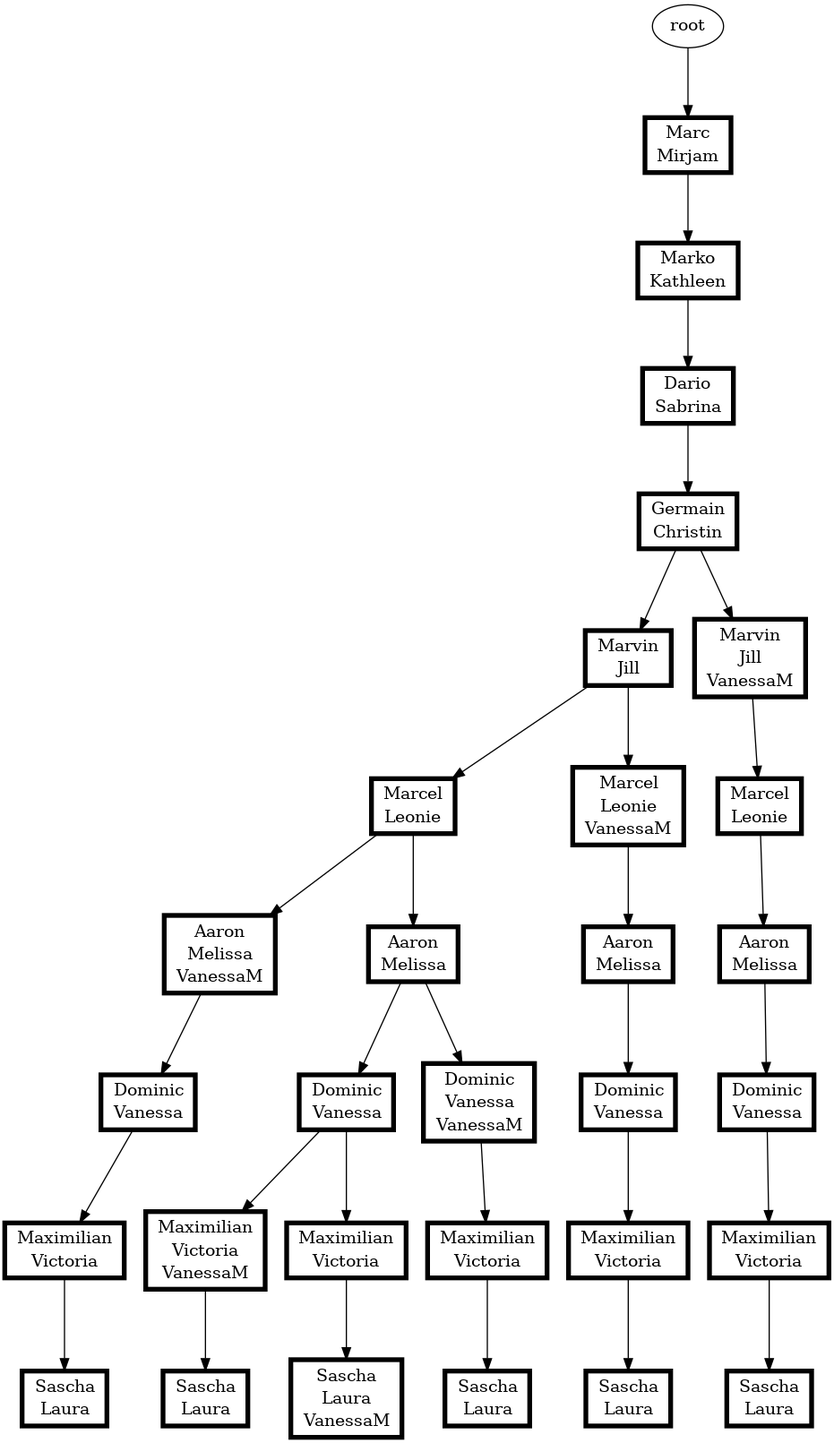
This is s02/s02.png from atticus-sullivan/sim-ayto, a Graphviz export, as it was before one commit. Its source is kept beside it as s02/s02.dot.
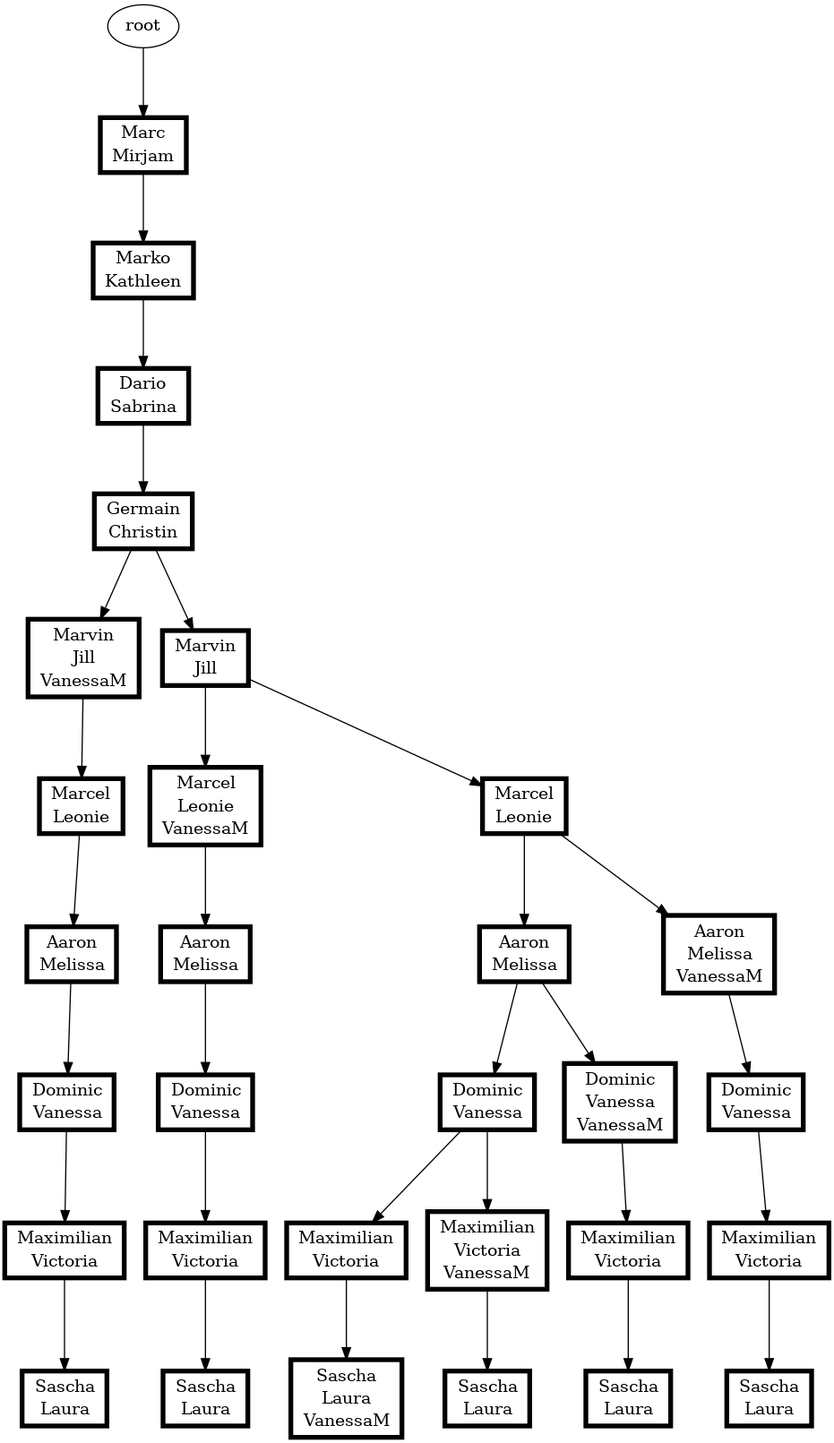
The same file after the commit.

Diff of the diagram source:
```diff
@@ -1,63 +1,63 @@
 digraph D {
 ranksep=0.8;
+{"root|5|7|7|3|2|8|4|1|8|2|6|5|1|6|3|9"[shape="record" penwidth=4.0 color="black" label=<<table border="0" cellborder="0" cellspacing="0"><tr><td>Dominic</td></tr><tr><td>Vanessa</td></tr></table>>]}
+"root|5|7|7|3|2|8|4|1|8|2|6|5|1|6" -> {"root|5|7|7|3|2|8|4|1|8|2|6|5|1|6|3|9"}
+{"root|5|7|7|3|2|8|4|1|8|2,11|6|5|1|6|3|9|9|10|10|4"[shape="record" penwidth=4.0 color="black" label=<<table border="0" cellborder="0" cellspacing="0"><tr><td>Sascha</td></tr><tr><td>Laura</td></tr></table>>]}
+"root|5|7|7|3|2|8|4|1|8|2,11|6|5|1|6|3|9|9|10" -> {"root|5|7|7|3|2|8|4|1|8|2,11|6|5|1|6|3|9|9|10|10|4"}
+{"root|5|7|7|3|2|8|4|1|8|2|6|5|1|6|3|9|9|10|10|4,11"[shape="record" penwidth=4.0 color="black" label=<<table border="0" cellborder="0" cellspacing="0"><tr><td>Sascha</td></tr><tr><td>Laura</td></tr><tr><td>VanessaM</td></tr></table>>]}
+"root|5|7|7|3|2|8|4|1|8|2|6|5|1|6|3|9|9|10" -> {"root|5|7|7|3|2|8|4|1|8|2|6|5|1|6|3|9|9|10|10|4,11"}
+{"root|5|7|7|3|2|8|4|1|8|2|6|5|1|6|3|9|9|10"[shape="record" penwidth=4.0 color="black" label=<<table border="0" cellborder="0" cellspacing="0"><tr><td>Maximilian</td></tr><tr><td>Victoria</td></tr></table>>]}
+"root|5|7|7|3|2|8|4|1|8|2|6|5|1|6|3|9" -> {"root|5|7|7|3|2|8|4|1|8|2|6|5|1|6|3|9|9|10"}
+{"root|5|7|7|3|2|8|4|1|8|2|6|5|1|6,11|3|9"[shape="record" penwidth=4.0 color="black" label=<<table border="0" cellborder="0" cellspacing="0"><tr><td>Dominic</td></tr><tr><td>Vanessa</td></tr></table>>]}
+"root|5|7|7|3|2|8|4|1|8|2|6|5|1|6,11" -> {"root|5|7|7|3|2|8|4|1|8|2|6|5|1|6,11|3|9"}
+{"root|5|7|7|3|2|8|4|1|8|2,11"[shape="record" penwidth=4.0 color="black" label=<<table border="0" cellborder="0" cellspacing="0"><tr><td>Marvin</td></tr><tr><td>Jill</td></tr><tr><td>VanessaM</td></tr></table>>]}
+"root|5|7|7|3|2|8|4|1" -> {"root|5|7|7|3|2|8|4|1|8|2,11"}
+{"root|5|7|7|3|2|8|4|1"[shape="record" penwidth=4.0 color="black" label=<<table border="0" cellborder="0" cellspacing="0"><tr><td>Germain</td></tr><tr><td>Christin</td></tr></table>>]}
+"root|5|7|7|3|2|8" -> {"root|5|7|7|3|2|8|4|1"}
 {"root|5|7|7|3|2|8|4|1|8|2,11|6|5|1|6|3|9|9|10"[shape="record" penwidth=4.0 color="black" label=<<table border="0" cellborder="0" cellspacing="0"><tr><td>Maximilian</td></tr><tr><td>Victoria</td></tr></table>>]}
 "root|5|7|7|3|2|8|4|1|8|2,11|6|5|1|6|3|9" -> {"root|5|7|7|3|2|8|4|1|8|2,11|6|5|1|6|3|9|9|10"}
+{"root|5|7|7|3|2|8|4|1|8|2,11|6|5|1|6|3|9"[shape="record" penwidth=4.0 color="black" label=<<table border="0" cellborder="0" cellspacing="0"><tr><td>Dominic</td></tr><tr><td>Vanessa</td></tr></table>>]}
+"root|5|7|7|3|2|8|4|1|8|2,11|6|5|1|6" -> {"root|5|7|7|3|2|8|4|1|8|2,11|6|5|1|6|3|9"}
+{"root|5|7|7|3|2|8|4|1|8|2|6|5,11|1|6|3|9|9|10|10|4"[shape="record" penwidth=4.0 color="black" label=<<table border="0" cellborder="0" cellspacing="0"><tr><td>Sascha</td></tr><tr><td>Laura</td></tr></table>>]}
+"root|5|7|7|3|2|8|4|1|8|2|6|5,11|1|6|3|9|9|10" -> {"root|5|7|7|3|2|8|4|1|8|2|6|5,11|1|6|3|9|9|10|10|4"}
+{"root|5|7|7|3|2|8|4|1|8|2|6|5,11"[shape="record" penwidth=4.0 color="black" label=<<table border="0" cellborder="0" cellspacing="0"><tr><td>Marcel</td></tr><tr><td>Leonie</td></tr><tr><td>VanessaM</td></tr></table>>]}
+"root|5|7|7|3|2|8|4|1|8|2" -> {"root|5|7|7|3|2|8|4|1|8|2|6|5,11"}
+{"root|5|7|7|3|2|8|4|1|8|2|6|5,11|1|6|3|9"[shape="record" penwidth=4.0 color="black" label=<<table border="0" cellborder="0" cellspacing="0"><tr><td>Dominic</td></tr><tr><td>Vanessa</td></tr></table>>]}
+"root|5|7|7|3|2|8|4|1|8|2|6|5,11|1|6" -> {"root|5|7|7|3|2|8|4|1|8|2|6|5,11|1|6|3|9"}
+{"root|5|7|7|3|2|8|4|1|8|2|6|5|1|6|3|9,11|9|10"[shape="record" penwidth=4.0 color="black" label=<<table border="0" cellborder="0" cellspacing="0"><tr><td>Maximilian</td></tr><tr><td>Victoria</td></tr></table>>]}
+"root|5|7|7|3|2|8|4|1|8|2|6|5|1|6|3|9,11" -> {"root|5|7|7|3|2|8|4|1|8|2|6|5|1|6|3|9,11|9|10"}
+{"root|5|7|7|3|2|8|4|1|8|2|6|5|1|6"[shape="record" penwidth=4.0 color="black" label=<<table border="0" cellborder="0" cellspacing="0"><tr><td>Aaron</td></tr><tr><td>Melissa</td></tr></table>>]}
+"root|5|7|7|3|2|8|4|1|8|2|6|5" -> {"root|5|7|7|3|2|8|4|1|8|2|6|5|1|6"}
+{"root|5|7|7|3|2|8|4|1|8|2,11|6|5|1|6"[shape="record" penwidth=4.0 color="black" label=<<table border="0" cellborder="0" cellspacing="0"><tr><td>Aaron</td></tr><tr><td>Melissa</td></tr></table>>]}
+"root|5|7|7|3|2|8|4|1|8|2,11|6|5" -> {"root|5|7|7|3|2|8|4|1|8|2,11|6|5|1|6"}
+{"root|5|7|7|3|2|8|4|1|8|2|6|5,11|1|6"[shape="record" penwidth=4.0 color="black" label=<<table border="0" cellborder="0" cellspacing="0"><tr><td>Aaron</td></tr><tr><td>Melissa</td></tr></table>>]}
+"root|5|7|7|3|2|8|4|1|8|2|6|5,11" -> {"root|5|7|7|3|2|8|4|1|8|2|6|5,11|1|6"}
+{"root|5|7|7|3|2|8|4|1|8|2,11|6|5"[shape="record" penwidth=4.0 color="black" label=<<table border="0" cellborder="0" cellspacing="0"><tr><td>Marcel</td></tr><tr><td>Leonie</td></tr></table>>]}
+"root|5|7|7|3|2|8|4|1|8|2,11" -> {"root|5|7|7|3|2|8|4|1|8|2,11|6|5"}
+{"root|5|7|7|3|2|8|4|1|8|2"[shape="record" penwidth=4.0 color="black" label=<<table border="0" cellborder="0" cellspacing="0"><tr><td>Marvin</td></tr><tr><td>Jill</td></tr></table>>]}
+"root|5|7|7|3|2|8|4|1" -> {"root|5|7|7|3|2|8|4|1|8|2"}
 {"root|5|7|7|3|2|8|4|1|8|2|6|5|1|6|3|9|9|10,11|10|4"[shape="record" penwidth=4.0 color="black" label=<<table border="0" cellborder="0" cellspacing="0"><tr><td>Sascha</td></tr><tr><td>Laura</td></tr></table>>]}
 "root|5|7|7|3|2|8|4|1|8|2|6|5|1|6|3|9|9|10,11" -> {"root|5|7|7|3|2|8|4|1|8|2|6|5|1|6|3|9|9|10,11|10|4"}
+{"root|5|7|7|3|2|8|4|1|8|2|6|5,11|1|6|3|9|9|10"[shape="record" penwidth=4.0 color="black" label=<<table border="0" cellborder="0" cellspacing="0"><tr><td>Maximilian</td></tr><tr><td>Victoria</td></tr></table>>]}
+"root|5|7|7|3|2|8|4|1|8|2|6|5,11|1|6|3|9" -> {"root|5|7|7|3|2|8|4|1|8|2|6|5,11|1|6|3|9|9|10"}
+{"root|5|7|7|3|2|8|4|1|8|2|6|5|1|6,11|3|9|9|10"[shape="record" penwidth=4.0 color="black" label=<<table border="0" cellborder="0" cellspacing="0"><tr><td>Maximilian</td></tr><tr><td>Victoria</td></tr></table>>]}
+"root|5|7|7|3|2|8|4|1|8|2|6|5|1|6,11|3|9" -> {"root|5|7|7|3|2|8|4|1|8|2|6|5|1|6,11|3|9|9|10"}
+{"root|5|7|7|3|2|8"[shape="record" penwidth=4.0 color="black" label=<<table border="0" cellborder="0" cellspacing="0"><tr><td>Dario</td></tr><tr><td>Sabrina</td></tr></table>>]}
+"root|5|7|7|3" -> {"root|5|7|7|3|2|8"}
 {"root|5|7|7|3|2|8|4|1|8|2|6|5"[shape="record" penwidth=4.0 color="black" label=<<table border="0" cellborder="0" cellspacing="0"><tr><td>Marcel</td></tr><tr><td>Leonie</td></tr></table>>]}
 "root|5|7|7|3|2|8|4|1|8|2" -> {"root|5|7|7|3|2|8|4|1|8|2|6|5"}
-{"root|5|7|7|3|2|8|4|1|8|2|6|5|1|6|3|9|9|10|10|4,11"[shape="record" penwidth=4.0 color="black" label=<<table border="0" cellborder="0" cellspacing="0"><tr><td>Sascha</td></tr><tr><td>Laura</td></tr><tr><td>VanessaM</td></tr></table>>]}
-"root|5|7|7|3|2|8|4|1|8|2|6|5|1|6|3|9|9|10" -> {"root|5|7|7|3|2|8|4|1|8|2|6|5|1|6|3|9|9|10|10|4,11"}
-{"root|5|7|7|3|2|8|4|1|8|2|6|5|1|6|3|9|9|10,11"[shape="record" penwidth=4.0 color="black" label=<<table border="0" cellborder="0" cellspacing="0"><tr><td>Maximilian</td></tr><tr><td>Victoria</td></tr><tr><td>VanessaM</td></tr></table>>]}
-"root|5|7|7|3|2|8|4|1|8|2|6|5|1|6|3|9" -> {"root|5|7|7|3|2|8|4|1|8|2|6|5|1|6|3|9|9|10,11"}
-{"root|5|7|7|3|2|8|4|1|8|2|6|5|1|6|3|9,11|9|10"[shape="record" penwidth=4.0 color="black" label=<<table border="0" cellborder="0" cellspacing="0"><tr><td>Maximilian</td></tr><tr><td>Victoria</td></tr></table>>]}
-"root|5|7|7|3|2|8|4|1|8|2|6|5|1|6|3|9,11" -> {"root|5|7|7|3|2|8|4|1|8|2|6|5|1|6|3|9,11|9|10"}
-{"root|5|7|7|3|2|8|4|1|8|2|6|5|1|6,11|3|9|9|10"[shape="record" penwidth=4.0 color="black" label=<<table border="0" cellborder="0" cellspacing="0"><tr><td>Maximilian</td></tr><tr><td>Victoria</td></tr></table>>]}
-"root|5|7|7|3|2|8|4|1|8|2|6|5|1|6,11|3|9" -> {"root|5|7|7|3|2|8|4|1|8|2|6|5|1|6,11|3|9|9|10"}
-{"root|5|7|7|3|2|8|4|1|8|2|6|5|1|6,11|3|9"[shape="record" penwidth=4.0 color="black" label=<<table border="0" cellborder="0" cellspacing="0"><tr><td>Dominic</td></tr><tr><td>Vanessa</td></tr></table>>]}
-"root|5|7|7|3|2|8|4|1|8|2|6|5|1|6,11" -> {"root|5|7|7|3|2|8|4|1|8|2|6|5|1|6,11|3|9"}
-{"root|5|7|7|3|2|8|4|1|8|2,11|6|5|1|6"[shape="record" penwidth=4.0 color="black" label=<<table border="0" cellborder="0" cellspacing="0"><tr><td>Aaron</td></tr><tr><td>Melissa</td></tr></table>>]}
-"root|5|7|7|3|2|8|4|1|8|2,11|6|5" -> {"root|5|7|7|3|2|8|4|1|8|2,11|6|5|1|6"}
-{"root|5|7|7|3|2|8|4|1|8|2"[shape="record" penwidth=4.0 color="black" label=<<table border="0" cellborder="0" cellspacing="0"><tr><td>Marvin</td></tr><tr><td>Jill</td></tr></table>>]}
-"root|5|7|7|3|2|8|4|1" -> {"root|5|7|7|3|2|8|4|1|8|2"}
-{"root|5|7|7|3|2|8|4|1|8|2|6|5|1|6|3|9|9|10"[shape="record" penwidth=4.0 color="black" label=<<table border="0" cellborder="0" cellspacing="0"><tr><td>Maximilian</td></tr><tr><td>Victoria</td></tr></table>>]}
-"root|5|7|7|3|2|8|4|1|8|2|6|5|1|6|3|9" -> {"root|5|7|7|3|2|8|4|1|8|2|6|5|1|6|3|9|9|10"}
 {"root|5|7|7|3|2|8|4|1|8|2|6|5|1|6,11"[shape="record" penwidth=4.0 color="black" label=<<table border="0" cellborder="0" cellspacing="0"><tr><td>Aaron</td></tr><tr><td>Melissa</td></tr><tr><td>VanessaM</td></tr></table>>]}
 "root|5|7|7|3|2|8|4|1|8|2|6|5" -> {"root|5|7|7|3|2|8|4|1|8|2|6|5|1|6,11"}
 {"root|5|7|7|3|2|8|4|1|8|2|6|5|1|6,11|3|9|9|10|10|4"[shape="record" penwidth=4.0 color="black" label=<<table border="0" cellborder="0" cellspacing="0"><tr><td>Sascha</td></tr><tr><td>Laura</td></tr></table>>]}
 "root|5|7|7|3|2|8|4|1|8|2|6|5|1|6,11|3|9|9|10" -> {"root|5|7|7|3|2|8|4|1|8|2|6|5|1|6,11|3|9|9|10|10|4"}
-{"root|5|7|7|3|2|8|4|1|8|2|6|5|1|6|3|9"[shape="record" penwidth=4.0 color="black" label=<<table border="0" cellborder="0" cellspacing="0"><tr><td>Dominic</td></tr><tr><td>Vanessa</td></tr></table>>]}
-"root|5|7|7|3|2|8|4|1|8|2|6|5|1|6" -> {"root|5|7|7|3|2|8|4|1|8|2|6|5|1|6|3|9"}
+{"root|5|7|7|3|2|8|4|1|8|2|6|5|1|6|3|9,11|9|10|10|4"[shape="record" penwidth=4.0 color="black" label=<<table border="0" cellborder="0" cellspacing="0"><tr><td>Sascha</td></tr><tr><td>Laura</td></tr></table>>]}
+"root|5|7|7|3|2|8|4|1|8|2|6|5|1|6|3|9,11|9|10" -> {"root|5|7|7|3|2|8|4|1|8|2|6|5|1|6|3|9,11|9|10|10|4"}
+{"root|5|7|7|3|2|8|4|1|8|2|6|5|1|6|3|9,11"[shape="record" penwidth=4.0 color="black" label=<<table border="0" cellborder="0" cellspacing="0"><tr><td>Dominic</td></tr><tr><td>Vanessa</td></tr><tr><td>VanessaM</td></tr></table>>]}
+"root|5|7|7|3|2|8|4|1|8|2|6|5|1|6" -> {"root|5|7|7|3|2|8|4|1|8|2|6|5|1|6|3|9,11"}
+{"root|5|7|7|3|2|8|4|1|8|2|6|5|1|6|3|9|9|10,11"[shape="record" penwidth=4.0 color="black" label=<<table border="0" cellborder="0" cellspacing="0"><tr><td>Maximilian</td></tr><tr><td>Victoria</td></tr><tr><td>VanessaM</td></tr></table>>]}
+"root|5|7|7|3|2|8|4|1|8|2|6|5|1|6|3|9" -> {"root|5|7|7|3|2|8|4|1|8|2|6|5|1|6|3|9|9|10,11"}
+{"root|5|7|7|3"[shape="record" penwidth=4.0 color="black" label=<<table border="0" cellborder="0" cellspacing="0"><tr><td>Marko</td></tr><tr><td>Kathleen</td></tr></table>>]}
+"root|5|7" -> {"root|5|7|7|3"}
 {"root|5|7"[shape="record" penwidth=4.0 color="black" label=<<table border="0" cellborder="0" cellspacing="0"><tr><td>Marc</td></tr><tr><td>Mirjam</td></tr></table>>]}
 "root" -> {"root|5|7"}
-{"root|5|7|7|3|2|8|4|1|8|2|6|5,11"[shape="record" penwidth=4.0 color="black" label=<<table border="0" cellborder="0" cellspacing="0"><tr><td>Marcel</td></tr><tr><td>Leonie</td></tr><tr><td>VanessaM</td></tr></table>>]}
-"root|5|7|7|3|2|8|4|1|8|2" -> {"root|5|7|7|3|2|8|4|1|8|2|6|5,11"}
-{"root|5|7|7|3"[shape="record" penwidth=4.0 color="black" label=<<table border="0" cellborder="0" cellspacing="0"><tr><td>Marko</td></tr><tr><td>Kathleen</td></tr></table>>]}
-"root|5|7" -> {"root|5|7|7|3"}
-{"root|5|7|7|3|2|8|4|1|8|2,11|6|5|1|6|3|9|9|10|10|4"[shape="record" penwidth=4.0 color="black" label=<<table border="0" cellborder="0" cellspacing="0"><tr><td>Sascha</td></tr><tr><td>Laura</td></tr></table>>]}
-"root|5|7|7|3|2|8|4|1|8|2,11|6|5|1|6|3|9|9|10" -> {"root|5|7|7|3|2|8|4|1|8|2,11|6|5|1|6|3|9|9|10|10|4"}
-{"root|5|7|7|3|2|8|4|1|8|2,11|6|5"[shape="record" penwidth=4.0 color="black" label=<<table border="0" cellborder="0" cellspacing="0"><tr><td>Marcel</td></tr><tr><td>Leonie</td></tr></table>>]}
-"root|5|7|7|3|2|8|4|1|8|2,11" -> {"root|5|7|7|3|2|8|4|1|8|2,11|6|5"}
-{"root|5|7|7|3|2|8|4|1"[shape="record" penwidth=4.0 color="black" label=<<table border="0" cellborder="0" cellspacing="0"><tr><td>Germain</td></tr><tr><td>Christin</td></tr></table>>]}
-"root|5|7|7|3|2|8" -> {"root|5|7|7|3|2|8|4|1"}
-{"root|5|7|7|3|2|8|4|1|8|2,11|6|5|1|6|3|9"[shape="record" penwidth=4.0 color="black" label=<<table border="0" cellborder="0" cellspacing="0"><tr><td>Dominic</td></tr><tr><td>Vanessa</td></tr></table>>]}
-"root|5|7|7|3|2|8|4|1|8|2,11|6|5|1|6" -> {"root|5|7|7|3|2|8|4|1|8|2,11|6|5|1|6|3|9"}
-{"root|5|7|7|3|2|8|4|1|8|2,11"[shape="record" penwidth=4.0 color="black" label=<<table border="0" cellborder="0" cellspacing="0"><tr><td>Marvin</td></tr><tr><td>Jill</td></tr><tr><td>VanessaM</td></tr></table>>]}
-"root|5|7|7|3|2|8|4|1" -> {"root|5|7|7|3|2|8|4|1|8|2,11"}
-{"root|5|7|7|3|2|8|4|1|8|2|6|5,11|1|6|3|9|9|10|10|4"[shape="record" penwidth=4.0 color="black" label=<<table border="0" cellborder="0" cellspacing="0"><tr><td>Sascha</td></tr><tr><td>Laura</td></tr></table>>]}
-"root|5|7|7|3|2|8|4|1|8|2|6|5,11|1|6|3|9|9|10" -> {"root|5|7|7|3|2|8|4|1|8|2|6|5,11|1|6|3|9|9|10|10|4"}
-{"root|5|7|7|3|2|8|4|1|8|2|6|5,11|1|6|3|9|9|10"[shape="record" penwidth=4.0 color="black" label=<<table border="0" cellborder="0" cellspacing="0"><tr><td>Maximilian</td></tr><tr><td>Victoria</td></tr></table>>]}
-"root|5|7|7|3|2|8|4|1|8|2|6|5,11|1|6|3|9" -> {"root|5|7|7|3|2|8|4|1|8|2|6|5,11|1|6|3|9|9|10"}
-{"root|5|7|7|3|2|8|4|1|8|2|6|5|1|6|3|9,11|9|10|10|4"[shape="record" penwidth=4.0 color="black" label=<<table border="0" cellborder="0" cellspacing="0"><tr><td>Sascha</td></tr><tr><td>Laura</td></tr></table>>]}
-"root|5|7|7|3|2|8|4|1|8|2|6|5|1|6|3|9,11|9|10" -> {"root|5|7|7|3|2|8|4|1|8|2|6|5|1|6|3|9,11|9|10|10|4"}
-{"root|5|7|7|3|2|8"[shape="record" penwidth=4.0 color="black" label=<<table border="0" cellborder="0" cellspacing="0"><tr><td>Dario</td></tr><tr><td>Sabrina</td></tr></table>>]}
-"root|5|7|7|3" -> {"root|5|7|7|3|2|8"}
-{"root|5|7|7|3|2|8|4|1|8|2|6|5,11|1|6|3|9"[shape="record" penwidth=4.0 color="black" label=<<table border="0" cellborder="0" cellspacing="0"><tr><td>Dominic</td></tr><tr><td>Vanessa</td></tr></table>>]}
-"root|5|7|7|3|2|8|4|1|8|2|6|5,11|1|6" -> {"root|5|7|7|3|2|8|4|1|8|2|6|5,11|1|6|3|9"}
-{"root|5|7|7|3|2|8|4|1|8|2|6|5,11|1|6"[shape="record" penwidth=4.0 color="black" label=<<table border="0" cellborder="0" cellspacing="0"><tr><td>Aaron</td></tr><tr><td>Melissa</td></tr></table>>]}
-"root|5|7|7|3|2|8|4|1|8|2|6|5,11" -> {"root|5|7|7|3|2|8|4|1|8|2|6|5,11|1|6"}
-{"root|5|7|7|3|2|8|4|1|8|2|6|5|1|6|3|9,11"[shape="record" penwidth=4.0 color="black" label=<<table border="0" cellborder="0" cellspacing="0"><tr><td>Dominic</td></tr><tr><td>Vanessa</td></tr><tr><td>VanessaM</td></tr></table>>]}
-"root|5|7|7|3|2|8|4|1|8|2|6|5|1|6" -> {"root|5|7|7|3|2|8|4|1|8|2|6|5|1|6|3|9,11"}
-{"root|5|7|7|3|2|8|4|1|8|2|6|5|1|6"[shape="record" penwidth=4.0 color="black" label=<<table border="0" cellborder="0" cellspacing="0"><tr><td>Aaron</td></tr><tr><td>Melissa</td></tr></table>>]}
-"root|5|7|7|3|2|8|4|1|8|2|6|5" -> {"root|5|7|7|3|2|8|4|1|8|2|6|5|1|6"}
 }
```
